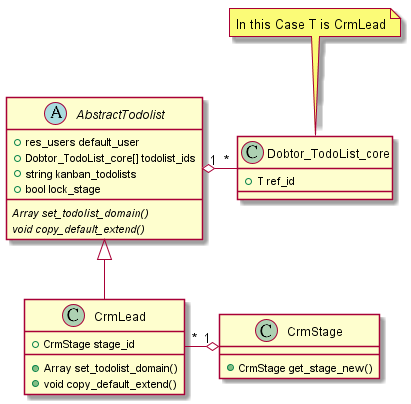
This is dobtor_todolist_crm_opportunity/doc/uml.png from Dobtor/ProductivityTools, a PlantUML export, as it was before one commit.
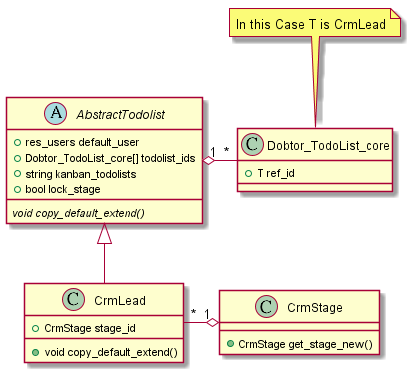
The same file after the commit.

Commit message:
[FIX][REF] todo_list : fix form view insert todolist and refactoring

The edit, as a diff of the source:
```diff
@@ -4,13 +4,11 @@
     + Dobtor_TodoList_core[] todolist_ids
     + string kanban_todolists
     + bool lock_stage
-    {abstract} Array set_todolist_domain()
     {abstract} void copy_default_extend()
 }
 
 Class CrmLead {
     + CrmStage stage_id
-    + Array set_todolist_domain()
     + void copy_default_extend()
 }
 
```
